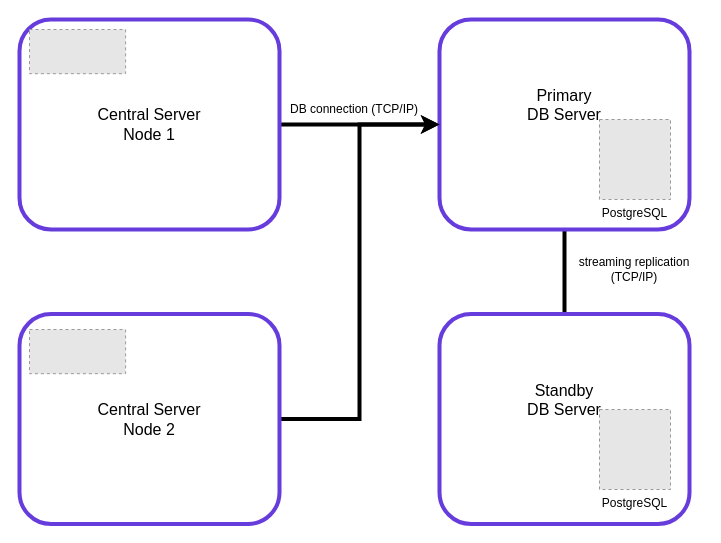
Above: doc/Manuals/img/ig-cs_remote_db_cluster.drawio in nordic-institute/X-Road (draw.io), before the change. Source tidied: cells renumbered, new cells numbered last; positions are measured from the earlier drawing's top-left corner, leaving out a move shared by most shapes. Both pictures are drawn from the tidied source at 100%, with x=0, y=0 at pixel (19, 19). Pictures stored in the file or linked from it are replaced by grey dashed boxes.
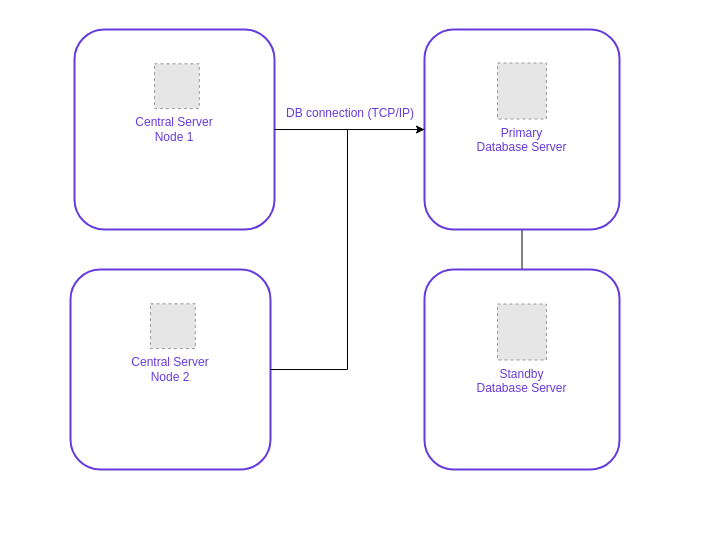
After the change.

What changed in the source:
```diff
@@
 <mxGraphModel>
   <root>
     <mxCell id="0" />
     <mxCell id="1" parent="0" />
-    <mxCell id="2" style="edgeStyle=orthogonalEdgeStyle;rounded=0;jettySize=auto;html=1;entryX=0.5;entryY=0;entryDx=0;entryDy=0;strokeWidth=4;endArrow=none;endFill=0;" parent="1" edge="1" source="3" target="11">
-      <mxGeometry relative="1" as="geometry" />
-    </mxCell>
-    <mxCell id="3" value="&lt;font style=&quot;font-size: 16px&quot;&gt;Primary&lt;br&gt;DB Server&lt;br&gt;&lt;br&gt;&lt;br&gt;&lt;/font&gt;" style="rounded=1;whiteSpace=wrap;html=1;strokeWidth=4;strokeColor=#663CDC;fillColor=none;" parent="1" vertex="1">
-      <mxGeometry x="420" width="250" height="210" as="geometry" />
-    </mxCell>
-    <mxCell id="4" style="edgeStyle=orthogonalEdgeStyle;rounded=0;jettySize=auto;html=1;strokeWidth=4;" parent="1" edge="1" source="5" target="3">
-      <mxGeometry relative="1" as="geometry" />
-    </mxCell>
+    <mxCell id="15" style="group;" parent="1" vertex="1">
+      <mxGeometry x="55" y="10" width="200" height="200" as="geometry" />
+    </mxCell>
-    <mxCell id="5" value="&lt;font style=&quot;font-size: 16px&quot;&gt;Central Server&lt;br&gt;Node 1&lt;br&gt;&lt;/font&gt;" style="rounded=1;whiteSpace=wrap;html=1;strokeWidth=4;strokeColor=#663CDC;fillColor=none;" parent="1" vertex="1">
-      <mxGeometry width="260" height="210" as="geometry" />
+    <mxCell id="5" value="&lt;font color=&quot;#663cdc&quot;&gt;Central&amp;nbsp;Server&lt;br&gt;Node 1&lt;br&gt;&lt;/font&gt;" style="rounded=1;whiteSpace=wrap;html=1;strokeWidth=2;fillColor=none;strokeColor=#663CDC;" parent="15" vertex="1">
+      <mxGeometry width="200" height="200" as="geometry" />
     </mxCell>
-    <mxCell id="6" value="PostgreSQL" style="fillColor=#E6E6E6;strokeColor=#999999;dashed=1;verticalLabelPosition=bottom;labelBackgroundColor=#ffffff;verticalAlign=top;" parent="1" vertex="1">
-      <mxGeometry x="580" y="100" width="71" height="80" as="geometry" />
-    </mxCell>
-    <mxCell id="7" style="fillColor=#E6E6E6;strokeColor=#999999;dashed=1;verticalLabelPosition=bottom;labelBackgroundColor=#ffffff;verticalAlign=top;" parent="1" vertex="1">
-      <mxGeometry x="10" y="10" width="96.1" height="44.2" as="geometry" />
-    </mxCell>
-    <mxCell id="8" style="edgeStyle=orthogonalEdgeStyle;rounded=0;jettySize=auto;html=1;entryX=0;entryY=0.5;entryDx=0;entryDy=0;strokeWidth=4;" parent="1" edge="1" source="9" target="3">
-      <mxGeometry relative="1" as="geometry" />
-    </mxCell>
+    <mxCell id="16" style="fillColor=#E6E6E6;strokeColor=#999999;dashed=1;verticalLabelPosition=bottom;labelBackgroundColor=#ffffff;verticalAlign=top;" parent="15" vertex="1">
+      <mxGeometry x="80" y="34.3" width="44.8" height="44.8" as="geometry" />
+    </mxCell>
+    <mxCell id="17" style="group;" parent="1" vertex="1">
+      <mxGeometry x="51" y="250" width="200" height="200" as="geometry" />
+    </mxCell>
-    <mxCell id="9" value="&lt;font style=&quot;font-size: 16px&quot;&gt;Central Server&lt;br&gt;Node 2&lt;br&gt;&lt;/font&gt;" style="rounded=1;whiteSpace=wrap;html=1;strokeWidth=4;strokeColor=#663CDC;fillColor=none;" parent="1" vertex="1">
-      <mxGeometry y="294.5" width="260" height="210" as="geometry" />
+    <mxCell id="9" value="&lt;font color=&quot;#663cdc&quot;&gt;Central&amp;nbsp;Server&lt;br&gt;Node 2&lt;br&gt;&lt;/font&gt;" style="rounded=1;whiteSpace=wrap;html=1;strokeWidth=2;fillColor=none;strokeColor=#663CDC;" parent="17" vertex="1">
+      <mxGeometry width="200" height="200" as="geometry" />
     </mxCell>
-    <mxCell id="10" style="fillColor=#E6E6E6;strokeColor=#999999;dashed=1;verticalLabelPosition=bottom;labelBackgroundColor=#ffffff;verticalAlign=top;" parent="1" vertex="1">
-      <mxGeometry x="10" y="310" width="96.1" height="44.2" as="geometry" />
-    </mxCell>
-    <mxCell id="11" value="&lt;font style=&quot;font-size: 16px&quot;&gt;Standby &lt;br&gt;DB Server&lt;br&gt;&lt;br&gt;&lt;br&gt;&lt;/font&gt;" style="rounded=1;whiteSpace=wrap;html=1;strokeWidth=4;strokeColor=#663CDC;fillColor=none;" parent="1" vertex="1">
-      <mxGeometry x="420" y="294.5" width="250" height="210" as="geometry" />
-    </mxCell>
-    <mxCell id="12" value="PostgreSQL" style="fillColor=#E6E6E6;strokeColor=#999999;dashed=1;verticalLabelPosition=bottom;labelBackgroundColor=#ffffff;verticalAlign=top;" parent="1" vertex="1">
-      <mxGeometry x="580" y="390" width="71" height="80" as="geometry" />
-    </mxCell>
+    <mxCell id="18" style="fillColor=#E6E6E6;strokeColor=#999999;dashed=1;verticalLabelPosition=bottom;labelBackgroundColor=#ffffff;verticalAlign=top;" parent="17" vertex="1">
+      <mxGeometry x="80" y="34.3" width="44.8" height="44.8" as="geometry" />
+    </mxCell>
+    <mxCell id="19" style="edgeStyle=orthogonalEdgeStyle;rounded=0;jettySize=auto;html=1;startArrow=none;startFill=0;endArrow=none;endFill=0;" parent="1" edge="1" source="20" target="22">
+      <mxGeometry relative="1" as="geometry" />
+    </mxCell>
+    <mxCell id="20" style="rounded=1;whiteSpace=wrap;html=1;strokeWidth=2;strokeColor=#663CDC;fillColor=none;" parent="1" vertex="1">
+      <mxGeometry x="405" y="10" width="195" height="200" as="geometry" />
+    </mxCell>
+    <mxCell id="21" value="Primary&#10;Database Server" style="fillColor=#E6E6E6;strokeColor=#999999;dashed=1;verticalLabelPosition=bottom;labelBackgroundColor=#ffffff;verticalAlign=top;fontColor=#663CDC;" parent="1" vertex="1">
+      <mxGeometry x="478" y="43.5" width="49" height="56" as="geometry" />
+    </mxCell>
+    <mxCell id="22" style="rounded=1;whiteSpace=wrap;html=1;strokeWidth=2;strokeColor=#663CDC;fillColor=none;" parent="1" vertex="1">
+      <mxGeometry x="405" y="250" width="195" height="200" as="geometry" />
+    </mxCell>
+    <mxCell id="23" value="Standby&#10;Database Server" style="fillColor=#E6E6E6;strokeColor=#999999;dashed=1;verticalLabelPosition=bottom;labelBackgroundColor=#ffffff;verticalAlign=top;fontColor=#663CDC;" parent="1" vertex="1">
+      <mxGeometry x="478" y="284.5" width="49" height="56" as="geometry" />
+    </mxCell>
+    <mxCell id="24" style="edgeStyle=orthogonalEdgeStyle;rounded=0;jettySize=auto;html=1;entryX=0;entryY=0.5;entryDx=0;entryDy=0;" parent="1" edge="1" source="5" target="20">
+      <mxGeometry relative="1" as="geometry" />
+    </mxCell>
+    <mxCell id="25" style="edgeStyle=orthogonalEdgeStyle;rounded=0;jettySize=auto;html=1;entryX=0;entryY=0.5;entryDx=0;entryDy=0;startArrow=none;startFill=0;endArrow=none;endFill=0;" parent="1" edge="1" source="9" target="20">
+      <mxGeometry relative="1" as="geometry" />
+    </mxCell>
-    <mxCell id="13" value="DB connection (TCP/IP)" style="text;html=1;strokeColor=none;fillColor=none;align=center;verticalAlign=middle;whiteSpace=wrap;rounded=0;" parent="1" vertex="1">
-      <mxGeometry x="265" y="80" width="140" height="20" as="geometry" />
+    <mxCell id="13" value="DB connection (TCP/IP)" style="text;html=1;fontColor=#663CDC;" parent="1" vertex="1">
+      <mxGeometry x="265" y="80" width="150" height="30" as="geometry" />
     </mxCell>
-    <mxCell id="14" value="streaming replication (TCP/IP)" style="text;html=1;strokeColor=none;fillColor=none;align=center;verticalAlign=middle;whiteSpace=wrap;rounded=0;" parent="1" vertex="1">
-      <mxGeometry x="545" y="240" width="140" height="20" as="geometry" />
-    </mxCell>
   </root>
 </mxGraphModel>
```
